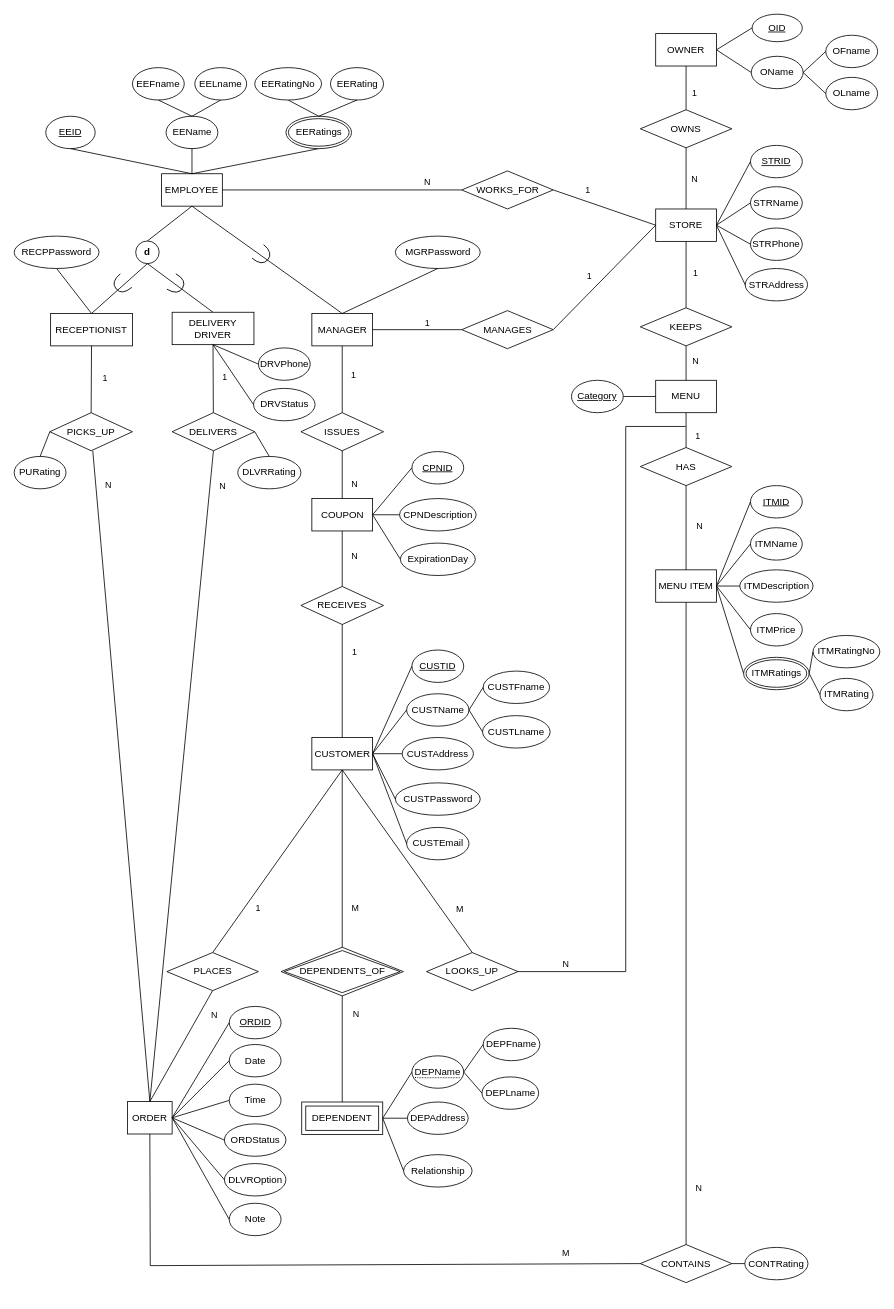
Earlier version of the draw.io diagram Enhanced Entity Relationship Diagram.drawio (hqiao8/Restaurant-Management-System). Source tidied: cells renumbered, new cells numbered last; positions are measured from the earlier drawing's top-left corner, leaving out a move shared by most shapes. Both pictures are drawn from the tidied source at 81%, with x=0, y=0 at pixel (14, 14).
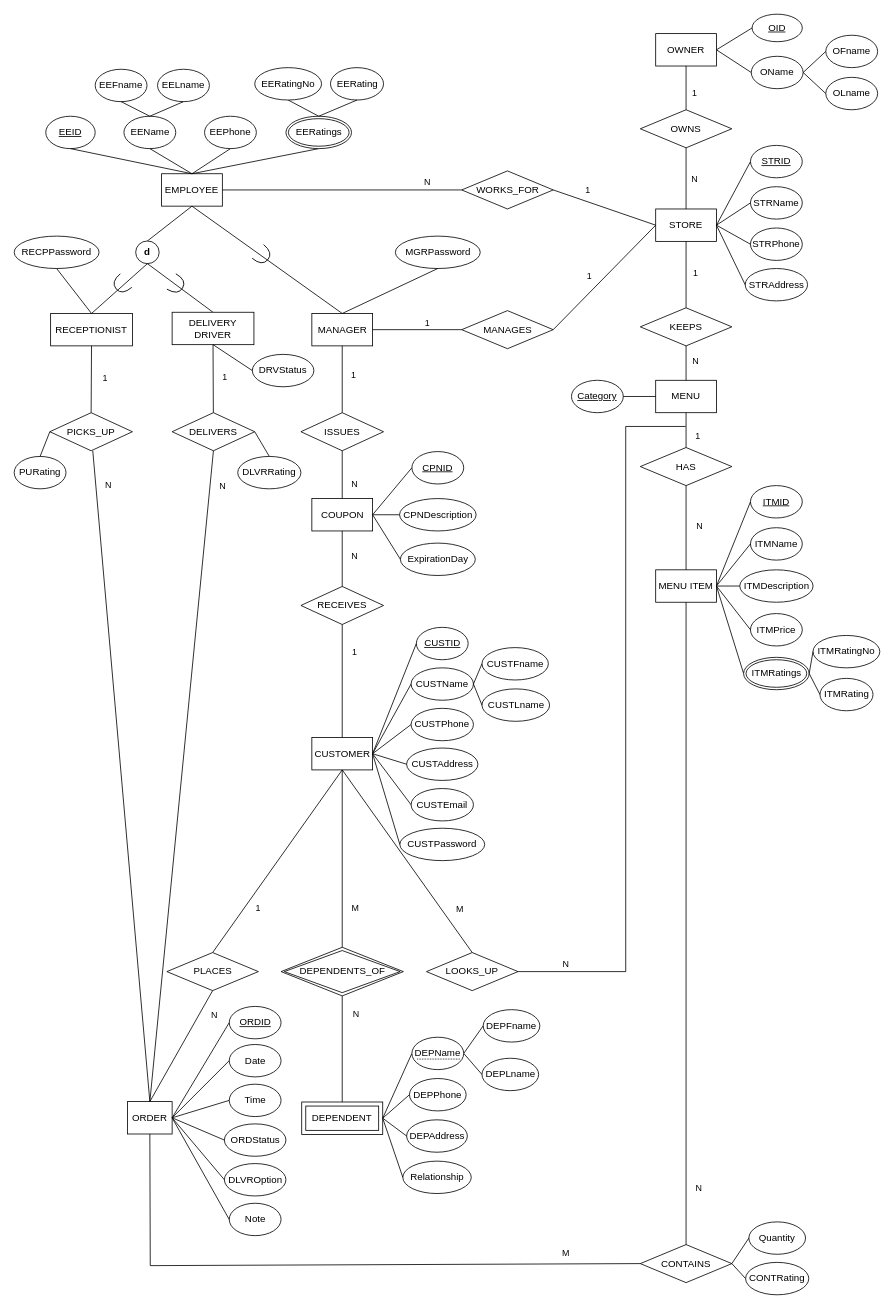
Above is the later version.

The change refers to these unchanged cells:
```xml
<mxCell id="2" value="EMPLOYEE" style="whiteSpace=wrap;html=1;align=center;fillColor=default;" parent="1" vertex="1">
  <mxGeometry x="182" y="197" width="75" height="40" as="geometry" />
</mxCell>
<mxCell id="21" value="DELIVERY DRIVER" style="whiteSpace=wrap;html=1;align=center;fillColor=default;" parent="1" vertex="1">
  <mxGeometry x="195" y="368" width="101" height="40" as="geometry" />
</mxCell>
<mxCell id="60" value="CONTAINS" style="shape=rhombus;perimeter=rhombusPerimeter;whiteSpace=wrap;html=1;align=center;fillColor=default;gradientColor=none;" parent="1" vertex="1">
  <mxGeometry x="773" y="1519" width="113" height="47" as="geometry" />
</mxCell>
<mxCell id="72" value="CUSTOMER" style="whiteSpace=wrap;html=1;align=center;fillColor=default;" parent="1" vertex="1">
  <mxGeometry x="367.5" y="893" width="75" height="40" as="geometry" />
</mxCell>
<mxCell id="85" value="DEPENDENT" style="shape=ext;margin=3;double=1;whiteSpace=wrap;html=1;align=center;" parent="1" vertex="1">
  <mxGeometry x="355" y="1343" width="100" height="40" as="geometry" />
</mxCell>
```

What changed in the source:
```diff
@@
     <mxCell id="3" value="EEName" style="ellipse;whiteSpace=wrap;html=1;align=center;fillColor=default;gradientColor=none;" parent="1" vertex="1">
-      <mxGeometry x="187.5" y="126" width="64" height="40" as="geometry" />
+      <mxGeometry x="135.5" y="126" width="64" height="40" as="geometry" />
     </mxCell>
     <mxCell id="4" value="EEFname" style="ellipse;whiteSpace=wrap;html=1;align=center;fillColor=default;gradientColor=none;" parent="1" vertex="1">
-      <mxGeometry x="146" y="66" width="64" height="40" as="geometry" />
+      <mxGeometry x="100" y="68" width="64" height="40" as="geometry" />
     </mxCell>
     <mxCell id="5" value="EELname" style="ellipse;whiteSpace=wrap;html=1;align=center;fillColor=default;gradientColor=none;" parent="1" vertex="1">
-      <mxGeometry x="223" y="66" width="64" height="40" as="geometry" />
+      <mxGeometry x="177" y="68" width="64" height="40" as="geometry" />
     </mxCell>
@@
     <mxCell id="74" value="&lt;u&gt;CUSTID&lt;/u&gt;" style="ellipse;whiteSpace=wrap;html=1;align=center;fillColor=default;gradientColor=none;" parent="1" vertex="1">
-      <mxGeometry x="491" y="785" width="64" height="40" as="geometry" />
+      <mxGeometry x="496.5" y="757" width="64" height="40" as="geometry" />
     </mxCell>
     <mxCell id="75" value="CUSTName" style="ellipse;whiteSpace=wrap;html=1;align=center;fillColor=default;gradientColor=none;" parent="1" vertex="1">
-      <mxGeometry x="484.5" y="839" width="77" height="40" as="geometry" />
+      <mxGeometry x="490" y="807" width="77" height="40" as="geometry" />
     </mxCell>
     <mxCell id="76" value="CUSTFname" style="ellipse;whiteSpace=wrap;html=1;align=center;fillColor=default;gradientColor=none;" parent="1" vertex="1">
-      <mxGeometry x="579" y="811" width="82" height="40" as="geometry" />
+      <mxGeometry x="577.5" y="782" width="82" height="40" as="geometry" />
     </mxCell>
     <mxCell id="77" value="CUSTLname" style="ellipse;whiteSpace=wrap;html=1;align=center;fillColor=default;gradientColor=none;" parent="1" vertex="1">
-      <mxGeometry x="578.2" y="866" width="83.5" height="40" as="geometry" />
+      <mxGeometry x="577.5" y="833" width="83.5" height="40" as="geometry" />
     </mxCell>
@@
     <mxCell id="80" value="CUSTAddress" style="ellipse;whiteSpace=wrap;html=1;align=center;fillColor=default;gradientColor=none;" parent="1" vertex="1">
-      <mxGeometry x="479" y="893" width="88" height="40" as="geometry" />
+      <mxGeometry x="484.5" y="906" width="88" height="40" as="geometry" />
     </mxCell>
@@
     <mxCell id="86" value="DEPFname" style="ellipse;whiteSpace=wrap;html=1;align=center;fillColor=default;gradientColor=none;" parent="1" vertex="1">
-      <mxGeometry x="579" y="1252" width="70" height="40" as="geometry" />
+      <mxGeometry x="579" y="1229" width="70" height="40" as="geometry" />
     </mxCell>
     <mxCell id="87" value="DEPLname" style="ellipse;whiteSpace=wrap;html=1;align=center;fillColor=default;gradientColor=none;" parent="1" vertex="1">
-      <mxGeometry x="577.5" y="1312" width="70" height="40" as="geometry" />
+      <mxGeometry x="577.5" y="1289" width="70" height="40" as="geometry" />
     </mxCell>
@@
     <mxCell id="90" value="DEPAddress" style="ellipse;whiteSpace=wrap;html=1;align=center;fillColor=default;gradientColor=none;" parent="1" vertex="1">
-      <mxGeometry x="485.5" y="1343" width="75" height="40" as="geometry" />
+      <mxGeometry x="484.5" y="1365" width="75" height="40" as="geometry" />
     </mxCell>
     <mxCell id="91" value="Relationship" style="ellipse;whiteSpace=wrap;html=1;align=center;fillColor=default;gradientColor=none;" parent="1" vertex="1">
-      <mxGeometry x="480.8" y="1408" width="84.5" height="40" as="geometry" />
+      <mxGeometry x="479.8" y="1416" width="84.5" height="40" as="geometry" />
     </mxCell>
@@
     <mxCell id="158" value="&lt;span style=&quot;border-bottom: 1px dotted&quot;&gt;DEPName&lt;/span&gt;" style="ellipse;whiteSpace=wrap;html=1;align=center;" parent="1" vertex="1">
-      <mxGeometry x="491" y="1286" width="64" height="40" as="geometry" />
+      <mxGeometry x="491" y="1263" width="64" height="40" as="geometry" />
     </mxCell>
     <mxCell id="159" value="CONTRating" style="ellipse;whiteSpace=wrap;html=1;align=center;fillColor=default;gradientColor=none;" parent="1" vertex="1">
-      <mxGeometry x="902" y="1522.5" width="78" height="40" as="geometry" />
+      <mxGeometry x="903" y="1541" width="78" height="40" as="geometry" />
     </mxCell>
@@
     <mxCell id="163" value="CUSTEmail" style="ellipse;whiteSpace=wrap;html=1;align=center;fillColor=default;gradientColor=none;" parent="1" vertex="1">
-      <mxGeometry x="484.5" y="1004" width="77" height="40" as="geometry" />
+      <mxGeometry x="490" y="956" width="77" height="40" as="geometry" />
     </mxCell>
     <mxCell id="164" value="CUSTPassword" style="ellipse;whiteSpace=wrap;html=1;align=center;fillColor=default;gradientColor=none;" parent="1" vertex="1">
-      <mxGeometry x="470.6" y="949" width="104.8" height="40" as="geometry" />
+      <mxGeometry x="476.1" y="1005" width="104.8" height="40" as="geometry" />
     </mxCell>
@@
-    <mxCell id="177" value="DRVPhone" style="ellipse;whiteSpace=wrap;html=1;align=center;fillColor=default;gradientColor=none;" parent="1" vertex="1">
-      <mxGeometry x="301.5" y="412" width="64" height="40" as="geometry" />
-    </mxCell>
     <mxCell id="178" value="DRVStatus" style="ellipse;whiteSpace=wrap;html=1;align=center;fillColor=default;gradientColor=none;" parent="1" vertex="1">
-      <mxGeometry x="295.5" y="462" width="76" height="40" as="geometry" />
+      <mxGeometry x="294" y="420" width="76" height="40" as="geometry" />
     </mxCell>
-    <mxCell id="179" style="endArrow=none;html=1;rounded=0;entryX=0.5;entryY=1;entryDx=0;entryDy=0;exitX=0;exitY=0.5;exitDx=0;exitDy=0;" parent="1" edge="1" source="177" target="21">
-      <mxGeometry relative="1" as="geometry" />
-    </mxCell>
@@
+    <mxCell id="189" value="EEPhone" style="ellipse;whiteSpace=wrap;html=1;align=center;fillColor=default;gradientColor=none;" parent="1" vertex="1">
+      <mxGeometry x="235" y="126" width="64" height="40" as="geometry" />
+    </mxCell>
+    <mxCell id="190" style="endArrow=none;html=1;rounded=0;entryX=0.5;entryY=1;entryDx=0;entryDy=0;exitX=0.5;exitY=0;exitDx=0;exitDy=0;" parent="1" edge="1" source="2" target="189">
+      <mxGeometry relative="1" as="geometry" />
+    </mxCell>
+    <mxCell id="191" value="CUSTPhone" style="ellipse;whiteSpace=wrap;html=1;align=center;fillColor=default;gradientColor=none;" parent="1" vertex="1">
+      <mxGeometry x="490" y="857" width="77" height="40" as="geometry" />
+    </mxCell>
+    <mxCell id="192" style="endArrow=none;html=1;rounded=0;exitX=1;exitY=0.5;exitDx=0;exitDy=0;entryX=0;entryY=0.5;entryDx=0;entryDy=0;" parent="1" edge="1" source="72" target="191">
+      <mxGeometry relative="1" as="geometry" />
+    </mxCell>
+    <mxCell id="193" value="DEPPhone" style="ellipse;whiteSpace=wrap;html=1;align=center;fillColor=default;gradientColor=none;" parent="1" vertex="1">
+      <mxGeometry x="488" y="1314" width="70" height="40" as="geometry" />
+    </mxCell>
+    <mxCell id="194" style="endArrow=none;html=1;rounded=0;exitX=1;exitY=0.5;exitDx=0;exitDy=0;entryX=0;entryY=0.5;entryDx=0;entryDy=0;" parent="1" edge="1" source="85" target="193">
+      <mxGeometry relative="1" as="geometry" />
+    </mxCell>
+    <mxCell id="195" value="Quantity" style="ellipse;whiteSpace=wrap;html=1;align=center;fillColor=default;gradientColor=none;" parent="1" vertex="1">
+      <mxGeometry x="907" y="1491" width="70" height="40" as="geometry" />
+    </mxCell>
+    <mxCell id="196" style="endArrow=none;html=1;rounded=0;entryX=0;entryY=0.5;entryDx=0;entryDy=0;exitX=1;exitY=0.5;exitDx=0;exitDy=0;" parent="1" edge="1" source="60" target="195">
+      <mxGeometry relative="1" as="geometry" />
+    </mxCell>
```
